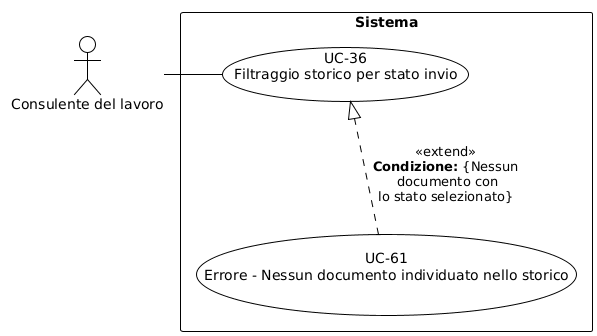
Above: RTB/Analisi dei Requisiti/diagrammi_use_case/UC-36.png in aLittleByte-19/Documentazione (PlantUML), before the change.
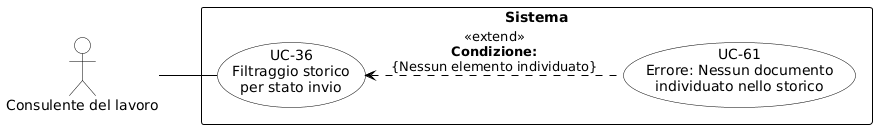
Above is the later version.

What changed in the source:
```diff
@@ -1,24 +1,32 @@
 @startuml
-!theme plain
+skinparam shadowing false
+skinparam defaultFontName Arial
+left to right direction
+skinparam nodesep 15
+skinparam ranksep 50
+
 skinparam usecase {
-  BackgroundColor white
-  BorderColor black
+    BackgroundColor white
+    BorderColor black
+    ArrowColor black
 }
 skinparam actor {
-  BackgroundColor white
-  BorderColor black
+    BackgroundColor white
+    BorderColor black
 }
 skinparam rectangle {
-  BackgroundColor white
-  BorderColor black
+    BorderColor black
+    FontStyle bold
 }
-top to bottom direction
-actor "Consulente del lavoro" as C
+
+actor "Consulente del lavoro" as CL
+
 rectangle "Sistema" {
-  usecase "UC-36\nFiltraggio storico per stato invio" as UC36
-  usecase "UC-61\nErrore - Nessun documento individuato nello storico" as UC61
-  C - UC36
-  UC36 -[hidden]d- UC61
-  UC61 ..|> UC36 : <<extend>>\n**Condizione:** {Nessun\n documento con\nlo stato selezionato}
+    usecase "UC-36\nFiltraggio storico\nper stato invio" as UC36
+    usecase "UC-61\nErrore: Nessun documento\nindividuato nello storico" as UC61
+
+    UC36 <.. UC61 : <<extend>>\n**Condizione:**\n{Nessun elemento individuato}
 }
+
+CL -- UC36
 @enduml
```
